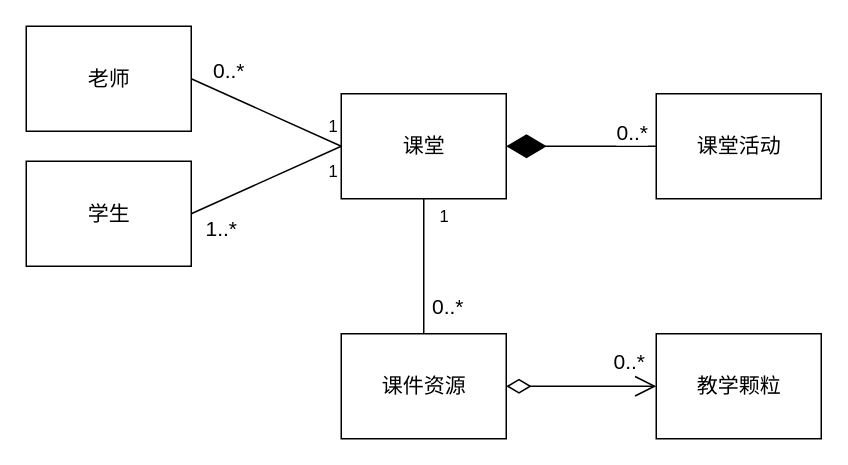
TinlerLin/SmartClassroom keeps this draw.io diagram as page "领域模型" (2 of 6) of K12-智慧教室.drawio. Above is the earlier version. Source tidied: cells renumbered, new cells numbered last; positions are measured from the earlier drawing's top-left corner, leaving out a move shared by most shapes. Both pictures are drawn from the tidied source at 150%, with x=0, y=0 at pixel (26, 26).
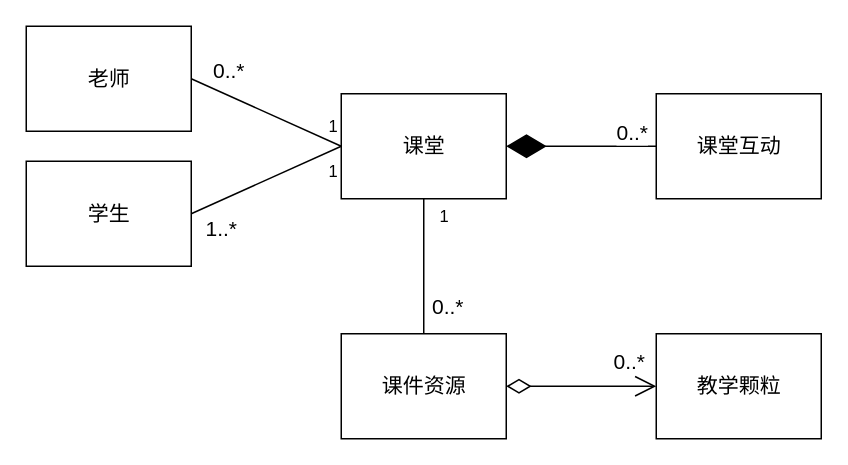
After the change.

The edit, as a diff of the source:
```diff
@@
-    <mxCell id="4" value="课堂活动" style="html=1;labelBackgroundColor=none;fontSize=14;fontColor=#000000;strokeColor=#000000;strokeWidth=1;align=center;verticalAlign=middle;" parent="1" vertex="1">
+    <mxCell id="4" value="课堂互动" style="html=1;labelBackgroundColor=none;fontSize=14;fontColor=#000000;strokeColor=#000000;strokeWidth=1;align=center;verticalAlign=middle;" parent="1" vertex="1">
       <mxGeometry x="420" y="45" width="110" height="70" as="geometry" />
     </mxCell>
```
